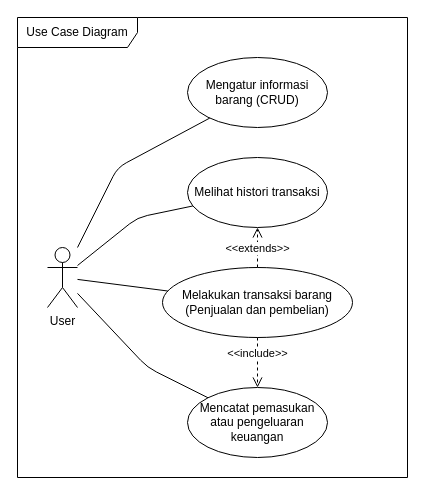
The draw.io diagram Diagram/Use Case Diagram.drawio in ryusu777/dodo-app, before the edit. Source tidied: cells renumbered, new cells numbered last; positions are measured from the earlier drawing's top-left corner, leaving out a move shared by most shapes. Both pictures are drawn from the tidied source at 100%, with x=0, y=0 at pixel (17, 17).
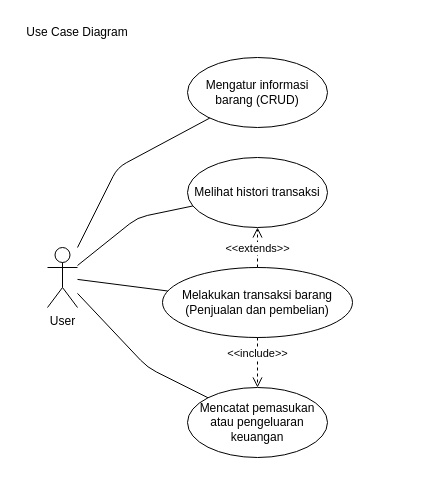
The same page after the edit.

Commit message (it also covers changes not shown here):
Diagram for assignment submission

Change to the diagram source:
```diff
@@
 <mxGraphModel>
   <root>
     <mxCell id="0" />
     <mxCell id="1" parent="0" />
+    <mxCell id="14" style="rounded=0;whiteSpace=wrap;html=1;strokeColor=none;" parent="1" vertex="1">
+      <mxGeometry width="390" height="460" as="geometry" />
+    </mxCell>
-    <mxCell id="2" value="Use Case Diagram" style="shape=umlFrame;whiteSpace=wrap;html=1;width=120;height=30;" parent="1" vertex="1">
+    <mxCell id="2" value="Use Case Diagram" style="shape=umlFrame;whiteSpace=wrap;html=1;width=120;height=30;strokeColor=none;" parent="1" vertex="1">
       <mxGeometry width="390" height="460" as="geometry" />
     </mxCell>
     <mxCell id="3" value="User" style="shape=umlActor;verticalLabelPosition=bottom;verticalAlign=top;html=1;outlineConnect=0;" parent="1" vertex="1">
       <mxGeometry x="30" y="230" width="30" height="60" as="geometry" />
     </mxCell>
     <mxCell id="4" value="Mengatur informasi barang (CRUD)" style="ellipse;whiteSpace=wrap;html=1;" parent="1" vertex="1">
       <mxGeometry x="170" y="40" width="140" height="70" as="geometry" />
     </mxCell>
     <mxCell id="5" style="endArrow=none;html=1;" parent="1" edge="1" source="3" target="4">
       <mxGeometry relative="1" as="geometry">
         <Array as="points">
           <mxPoint x="100" y="150" />
         </Array>
       </mxGeometry>
     </mxCell>
     <mxCell id="6" value="Melakukan transaksi barang&lt;br&gt;(Penjualan dan pembelian)" style="ellipse;whiteSpace=wrap;html=1;" parent="1" vertex="1">
       <mxGeometry x="145" y="250" width="190" height="70" as="geometry" />
     </mxCell>
     <mxCell id="7" style="endArrow=none;html=1;" parent="1" edge="1" source="3" target="6">
       <mxGeometry relative="1" as="geometry" />
     </mxCell>
     <mxCell id="8" style="endArrow=none;html=1;" parent="1" edge="1" source="3" target="11">
       <mxGeometry relative="1" as="geometry">
         <Array as="points">
           <mxPoint x="130" y="350" />
         </Array>
       </mxGeometry>
     </mxCell>
     <mxCell id="9" value="Melihat histori transaksi" style="ellipse;whiteSpace=wrap;html=1;" parent="1" vertex="1">
       <mxGeometry x="170" y="140" width="140" height="70" as="geometry" />
     </mxCell>
     <mxCell id="10" style="endArrow=none;html=1;" parent="1" edge="1" source="3" target="9">
       <mxGeometry relative="1" as="geometry">
         <Array as="points">
           <mxPoint x="120" y="200" />
         </Array>
       </mxGeometry>
     </mxCell>
     <mxCell id="11" value="Mencatat pemasukan atau pengeluaran keuangan" style="ellipse;whiteSpace=wrap;html=1;" parent="1" vertex="1">
       <mxGeometry x="170" y="370" width="140" height="70" as="geometry" />
     </mxCell>
     <mxCell id="12" value="&amp;lt;&amp;lt;include&amp;gt;&amp;gt;" style="html=1;verticalAlign=bottom;endArrow=open;dashed=1;endSize=8;" parent="1" edge="1" source="6" target="11">
       <mxGeometry relative="1" as="geometry" />
     </mxCell>
     <mxCell id="13" value="&amp;lt;&amp;lt;extends&amp;gt;&amp;gt;" style="html=1;verticalAlign=bottom;endArrow=open;dashed=1;endSize=8;" parent="1" edge="1" source="6" target="9">
       <mxGeometry x="-0.5" relative="1" as="geometry" />
     </mxCell>
   </root>
 </mxGraphModel>
```
